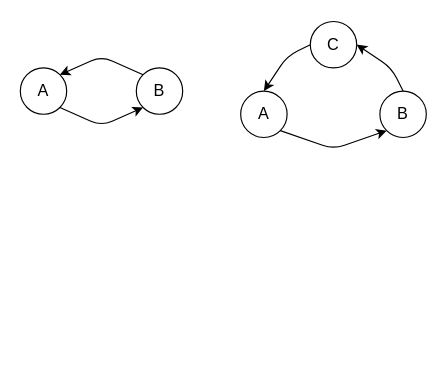
Above: Arbeit/diagrams/Methoden/Circular-Example.drawio in albreax/Diplomarbeit (draw.io), before the change. Source tidied: cells renumbered, new cells numbered last; positions are measured from the earlier drawing's top-left corner, leaving out a move shared by most shapes. Both pictures are drawn from the tidied source at 116%, with x=0, y=0 at pixel (20, 21).
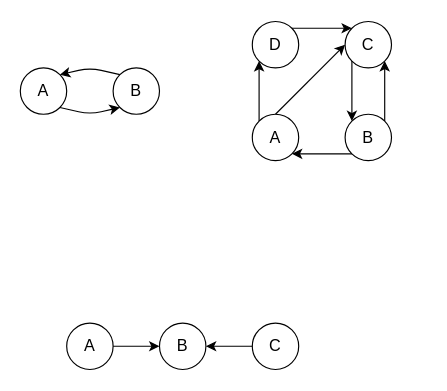
After the change.

Unchanged cells that the change refers to:
```xml
<mxCell id="2" value="&lt;font style=&quot;font-size: 14px&quot;&gt;A&lt;/font&gt;" style="ellipse;whiteSpace=wrap;html=1;" parent="1" vertex="1">
  <mxGeometry y="40" width="40" height="40" as="geometry" />
</mxCell>
```

Change to the diagram source:
```diff
@@
     <mxCell id="3" value="&lt;font style=&quot;font-size: 14px&quot;&gt;B&lt;br&gt;&lt;/font&gt;" style="ellipse;whiteSpace=wrap;html=1;" parent="1" vertex="1">
-      <mxGeometry x="100" y="40" width="40" height="40" as="geometry" />
+      <mxGeometry x="80" y="40" width="40" height="40" as="geometry" />
     </mxCell>
     <mxCell id="4" style="endArrow=classic;html=1;exitX=1;exitY=1;exitDx=0;exitDy=0;entryX=0;entryY=1;entryDx=0;entryDy=0;" parent="1" edge="1" source="2" target="3">
       <mxGeometry relative="1" as="geometry">
         <Array as="points">
-          <mxPoint x="70" y="90" />
+          <mxPoint x="60" y="80" />
         </Array>
       </mxGeometry>
     </mxCell>
     <mxCell id="5" style="endArrow=classic;html=1;exitX=0;exitY=0;exitDx=0;exitDy=0;entryX=1;entryY=0;entryDx=0;entryDy=0;" parent="1" edge="1" source="3" target="2">
       <mxGeometry relative="1" as="geometry">
         <Array as="points">
-          <mxPoint x="70" y="30" />
+          <mxPoint x="60" y="40" />
         </Array>
       </mxGeometry>
     </mxCell>
     <mxCell id="6" value="&lt;font style=&quot;font-size: 14px&quot;&gt;A&lt;/font&gt;" style="ellipse;whiteSpace=wrap;html=1;" parent="1" vertex="1">
-      <mxGeometry x="190" y="60" width="40" height="40" as="geometry" />
+      <mxGeometry x="200" y="80" width="40" height="40" as="geometry" />
     </mxCell>
     <mxCell id="7" value="&lt;font style=&quot;font-size: 14px&quot;&gt;B&lt;br&gt;&lt;/font&gt;" style="ellipse;whiteSpace=wrap;html=1;" parent="1" vertex="1">
-      <mxGeometry x="310" y="60" width="40" height="40" as="geometry" />
+      <mxGeometry x="280" y="80" width="40" height="40" as="geometry" />
     </mxCell>
-    <mxCell id="8" style="endArrow=classic;html=1;exitX=1;exitY=1;exitDx=0;exitDy=0;entryX=0;entryY=1;entryDx=0;entryDy=0;" parent="1" edge="1" source="6" target="7">
-      <mxGeometry relative="1" as="geometry">
-        <Array as="points">
-          <mxPoint x="270" y="110" />
-        </Array>
-      </mxGeometry>
-    </mxCell>
-    <mxCell id="9" style="endArrow=classic;html=1;exitX=0;exitY=0.5;exitDx=0;exitDy=0;entryX=0.5;entryY=0;entryDx=0;entryDy=0;" parent="1" edge="1" source="10" target="6">
-      <mxGeometry relative="1" as="geometry">
-        <Array as="points">
-          <mxPoint x="230" y="30" />
-        </Array>
-      </mxGeometry>
-    </mxCell>
     <mxCell id="10" value="&lt;font style=&quot;font-size: 14px&quot;&gt;C&lt;br&gt;&lt;/font&gt;" style="ellipse;whiteSpace=wrap;html=1;" parent="1" vertex="1">
-      <mxGeometry x="250" width="40" height="40" as="geometry" />
+      <mxGeometry x="280" width="40" height="40" as="geometry" />
     </mxCell>
+    <mxCell id="12" value="&lt;font style=&quot;font-size: 14px&quot;&gt;A&lt;/font&gt;" style="ellipse;whiteSpace=wrap;html=1;" parent="1" vertex="1">
+      <mxGeometry x="40" y="260" width="40" height="40" as="geometry" />
+    </mxCell>
+    <mxCell id="13" value="&lt;font style=&quot;font-size: 14px&quot;&gt;B&lt;br&gt;&lt;/font&gt;" style="ellipse;whiteSpace=wrap;html=1;" parent="1" vertex="1">
+      <mxGeometry x="120" y="260" width="40" height="40" as="geometry" />
+    </mxCell>
+    <mxCell id="14" style="endArrow=classic;html=1;exitX=1;exitY=0.5;exitDx=0;exitDy=0;entryX=0;entryY=0.5;entryDx=0;entryDy=0;" parent="1" edge="1" source="12" target="13">
+      <mxGeometry relative="1" as="geometry" />
+    </mxCell>
+    <mxCell id="15" value="&lt;font style=&quot;font-size: 14px&quot;&gt;C&lt;br&gt;&lt;/font&gt;" style="ellipse;whiteSpace=wrap;html=1;" parent="1" vertex="1">
+      <mxGeometry x="200" y="260" width="40" height="40" as="geometry" />
+    </mxCell>
+    <mxCell id="16" style="endArrow=classic;html=1;entryX=1;entryY=0.5;entryDx=0;entryDy=0;exitX=0;exitY=0.5;exitDx=0;exitDy=0;" parent="1" edge="1" source="15" target="13">
+      <mxGeometry relative="1" as="geometry" />
+    </mxCell>
+    <mxCell id="17" value="&lt;font style=&quot;font-size: 14px&quot;&gt;D&lt;br&gt;&lt;/font&gt;" style="ellipse;whiteSpace=wrap;html=1;" parent="1" vertex="1">
+      <mxGeometry x="200" width="40" height="40" as="geometry" />
+    </mxCell>
-    <mxCell id="11" style="endArrow=classic;html=1;exitX=0.5;exitY=0;exitDx=0;exitDy=0;entryX=1;entryY=0.5;entryDx=0;entryDy=0;" parent="1" edge="1" source="7" target="10">
-      <mxGeometry relative="1" as="geometry">
-        <Array as="points">
-          <mxPoint x="320" y="40" />
-        </Array>
-      </mxGeometry>
+    <mxCell id="11" style="endArrow=classic;html=1;entryX=1;entryY=1;entryDx=0;entryDy=0;exitX=1;exitY=0;exitDx=0;exitDy=0;" parent="1" edge="1" source="7" target="10">
+      <mxGeometry relative="1" as="geometry" />
     </mxCell>
+    <mxCell id="18" style="endArrow=classic;html=1;exitX=0;exitY=1;exitDx=0;exitDy=0;entryX=0;entryY=0;entryDx=0;entryDy=0;" parent="1" edge="1" source="10" target="7">
+      <mxGeometry relative="1" as="geometry" />
+    </mxCell>
+    <mxCell id="19" style="endArrow=classic;html=1;entryX=0;entryY=0.5;entryDx=0;entryDy=0;exitX=0.5;exitY=0;exitDx=0;exitDy=0;" parent="1" edge="1" source="6" target="10">
+      <mxGeometry relative="1" as="geometry" />
+    </mxCell>
+    <mxCell id="20" style="endArrow=classic;html=1;entryX=1;entryY=1;entryDx=0;entryDy=0;exitX=0;exitY=1;exitDx=0;exitDy=0;" parent="1" edge="1" source="7" target="6">
+      <mxGeometry relative="1" as="geometry" />
+    </mxCell>
+    <mxCell id="21" style="endArrow=classic;html=1;entryX=0;entryY=1;entryDx=0;entryDy=0;exitX=0;exitY=0;exitDx=0;exitDy=0;" parent="1" edge="1" source="6" target="17">
+      <mxGeometry relative="1" as="geometry" />
+    </mxCell>
+    <mxCell id="22" style="endArrow=classic;html=1;entryX=0;entryY=0;entryDx=0;entryDy=0;exitX=1;exitY=0;exitDx=0;exitDy=0;" parent="1" edge="1" source="17" target="10">
+      <mxGeometry relative="1" as="geometry" />
+    </mxCell>
```
